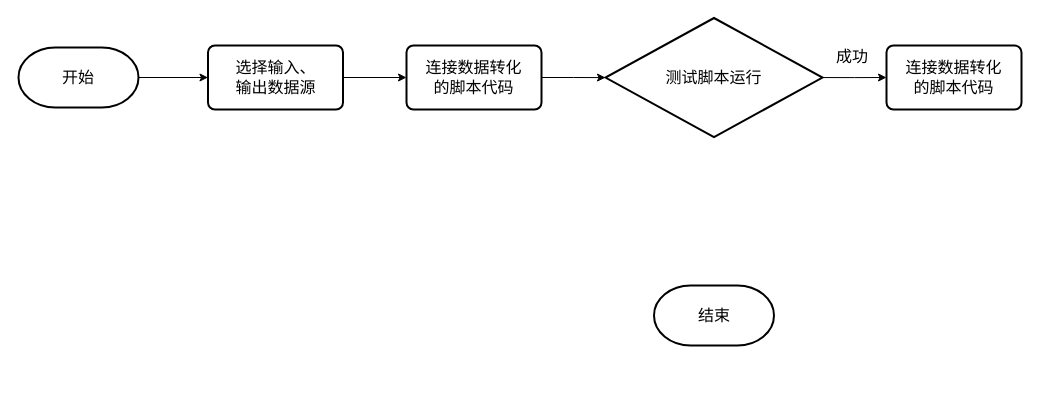
Before: 任务配置.drawio in nianqingdeguowang/python, a draw.io diagram. Source tidied: cells renumbered, new cells numbered last; positions are measured from the earlier drawing's top-left corner, leaving out a move shared by most shapes. Both pictures are drawn from the tidied source at 100%, with x=0, y=0 at pixel (18, 17).
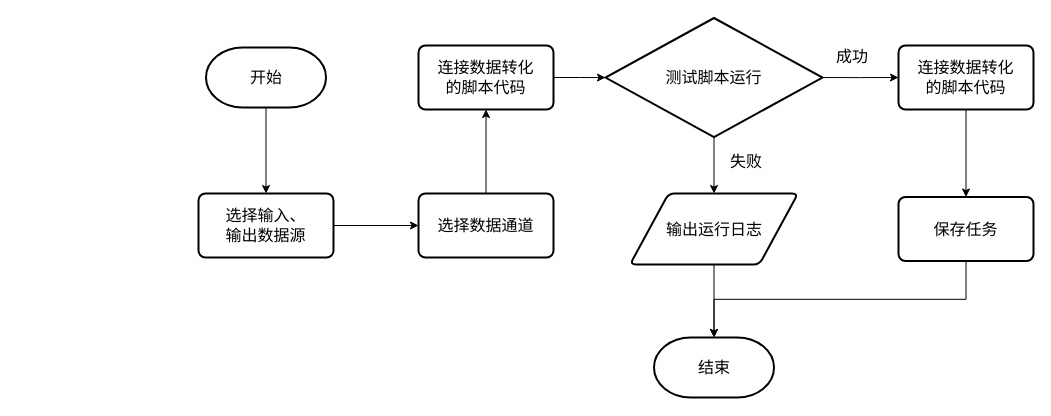
The same diagram, later.

Commit message (it also covers changes not shown here):
更新任务配置.drawio

Unchanged cells that the change refers to:
```xml
<mxCell id="6" value="&lt;font style=&quot;font-size: 16px;&quot;&gt;测试脚本运行&lt;/font&gt;" style="strokeWidth=2;html=1;shape=mxgraph.flowchart.decision;whiteSpace=wrap;" parent="1" vertex="1">
  <mxGeometry x="587" y="0.5" width="217" height="119.1" as="geometry" />
</mxCell>
```

Diff of the diagram source:
```diff
@@
-    <mxCell id="2" style="edgeStyle=orthogonalEdgeStyle;rounded=0;jettySize=auto;html=1;exitX=1;exitY=0.5;exitDx=0;exitDy=0;exitPerimeter=0;entryX=0;entryY=0.5;entryDx=0;entryDy=0;" parent="1" edge="1" source="3" target="8">
+    <mxCell id="2" style="edgeStyle=orthogonalEdgeStyle;rounded=0;jettySize=auto;html=1;exitX=0.5;exitY=1;exitDx=0;exitDy=0;exitPerimeter=0;" parent="1" edge="1" source="3" target="8">
       <mxGeometry relative="1" as="geometry" />
     </mxCell>
     <mxCell id="3" value="&lt;font style=&quot;font-size: 16px;&quot;&gt;开始&lt;/font&gt;" style="strokeWidth=2;html=1;shape=mxgraph.flowchart.terminator;whiteSpace=wrap;" parent="1" vertex="1">
-      <mxGeometry y="30" width="120" height="60" as="geometry" />
+      <mxGeometry x="187.5" y="30" width="120" height="60" as="geometry" />
     </mxCell>
     <mxCell id="4" value="&lt;font style=&quot;font-size: 16px;&quot;&gt;结束&lt;/font&gt;" style="strokeWidth=2;html=1;shape=mxgraph.flowchart.terminator;whiteSpace=wrap;" parent="1" vertex="1">
-      <mxGeometry x="635.5" y="268" width="120" height="60" as="geometry" />
+      <mxGeometry x="635.5" y="320" width="120" height="60" as="geometry" />
     </mxCell>
@@
+    <mxCell id="13" style="edgeStyle=orthogonalEdgeStyle;rounded=0;jettySize=auto;html=1;exitX=0.5;exitY=1;exitDx=0;exitDy=0;exitPerimeter=0;" parent="1" edge="1" source="6" target="17">
+      <mxGeometry relative="1" as="geometry" />
+    </mxCell>
@@
-    <mxCell id="7" style="edgeStyle=orthogonalEdgeStyle;rounded=0;jettySize=auto;html=1;exitX=1;exitY=0.5;exitDx=0;exitDy=0;" parent="1" edge="1" source="8" target="10">
-      <mxGeometry relative="1" as="geometry" />
-    </mxCell>
+    <mxCell id="14" style="edgeStyle=orthogonalEdgeStyle;rounded=0;jettySize=auto;html=1;exitX=1;exitY=0.5;exitDx=0;exitDy=0;entryX=0;entryY=0.5;entryDx=0;entryDy=0;" parent="1" edge="1" source="8" target="21">
+      <mxGeometry relative="1" as="geometry" />
+    </mxCell>
     <mxCell id="8" value="&lt;font style=&quot;font-size: 16px;&quot;&gt;选择输入、&lt;br&gt;输出数据源&lt;/font&gt;" style="rounded=1;whiteSpace=wrap;html=1;absoluteArcSize=1;arcSize=14;strokeWidth=2;" parent="1" vertex="1">
-      <mxGeometry x="189.5" y="28" width="135" height="64" as="geometry" />
+      <mxGeometry x="180" y="176" width="135" height="64" as="geometry" />
     </mxCell>
@@
     <mxCell id="10" value="&lt;span style=&quot;font-size: 16px;&quot;&gt;连接数据转化&lt;br&gt;的脚本代码&lt;/span&gt;" style="rounded=1;whiteSpace=wrap;html=1;absoluteArcSize=1;arcSize=14;strokeWidth=2;" parent="1" vertex="1">
-      <mxGeometry x="388" y="28" width="135" height="64" as="geometry" />
+      <mxGeometry x="400" y="28" width="135" height="64" as="geometry" />
     </mxCell>
+    <mxCell id="15" style="edgeStyle=orthogonalEdgeStyle;rounded=0;jettySize=auto;html=1;exitX=0.5;exitY=1;exitDx=0;exitDy=0;" parent="1" edge="1" source="11" target="19">
+      <mxGeometry relative="1" as="geometry" />
+    </mxCell>
     <mxCell id="11" value="&lt;span style=&quot;font-size: 16px;&quot;&gt;连接数据转化&lt;br&gt;的脚本代码&lt;/span&gt;" style="rounded=1;whiteSpace=wrap;html=1;absoluteArcSize=1;arcSize=14;strokeWidth=2;" parent="1" vertex="1">
-      <mxGeometry x="868" y="28" width="135" height="64" as="geometry" />
+      <mxGeometry x="880" y="28" width="135" height="64" as="geometry" />
     </mxCell>
@@
+    <mxCell id="16" style="edgeStyle=orthogonalEdgeStyle;rounded=0;jettySize=auto;html=1;exitX=0.5;exitY=1;exitDx=0;exitDy=0;" parent="1" edge="1" source="17" target="4">
+      <mxGeometry relative="1" as="geometry" />
+    </mxCell>
+    <mxCell id="17" value="&lt;span style=&quot;font-size: 16px;&quot;&gt;输出运行日志&lt;/span&gt;" style="shape=parallelogram;html=1;strokeWidth=2;perimeter=parallelogramPerimeter;whiteSpace=wrap;rounded=1;arcSize=12;size=0.23;" parent="1" vertex="1">
+      <mxGeometry x="611.5" y="176" width="168" height="71" as="geometry" />
+    </mxCell>
+    <mxCell id="18" value="&lt;font style=&quot;font-size: 16px;&quot;&gt;失败&lt;/font&gt;" style="text;html=1;align=center;verticalAlign=middle;whiteSpace=wrap;rounded=0;" parent="1" vertex="1">
+      <mxGeometry x="698" y="129" width="60" height="30" as="geometry" />
+    </mxCell>
+    <mxCell id="19" value="&lt;span style=&quot;font-size: 16px;&quot;&gt;保存任务&lt;/span&gt;" style="rounded=1;whiteSpace=wrap;html=1;absoluteArcSize=1;arcSize=14;strokeWidth=2;" parent="1" vertex="1">
+      <mxGeometry x="880" y="179.5" width="135" height="64" as="geometry" />
+    </mxCell>
+    <mxCell id="20" style="edgeStyle=orthogonalEdgeStyle;rounded=0;jettySize=auto;html=1;exitX=0.5;exitY=0;exitDx=0;exitDy=0;entryX=0.5;entryY=1;entryDx=0;entryDy=0;" parent="1" edge="1" source="21" target="10">
+      <mxGeometry relative="1" as="geometry" />
+    </mxCell>
+    <mxCell id="21" value="&lt;span style=&quot;font-size: 16px;&quot;&gt;选择数据通道&lt;/span&gt;" style="rounded=1;whiteSpace=wrap;html=1;absoluteArcSize=1;arcSize=14;strokeWidth=2;" parent="1" vertex="1">
+      <mxGeometry x="400" y="176" width="135" height="64" as="geometry" />
+    </mxCell>
+    <mxCell id="22" style="edgeStyle=orthogonalEdgeStyle;rounded=0;jettySize=auto;html=1;exitX=0.5;exitY=1;exitDx=0;exitDy=0;entryX=0.5;entryY=0;entryDx=0;entryDy=0;entryPerimeter=0;" parent="1" edge="1" source="19" target="4">
+      <mxGeometry relative="1" as="geometry" />
+    </mxCell>
```
